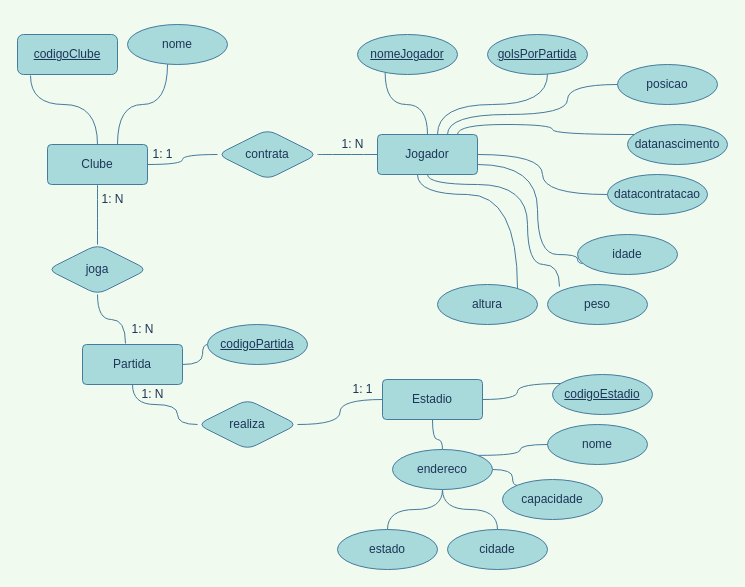
Above: page "modeloconceitualFutebol" (1 of 2) of diagramas/Diagrama sem nome.drawio in eiakriative/tBanco (draw.io), before the change. Source tidied: cells renumbered, new cells numbered last; positions are measured from the earlier drawing's top-left corner, leaving out a move shared by most shapes. Both pictures are drawn from the tidied source at 100%, with x=0, y=0 at pixel (17, 24).
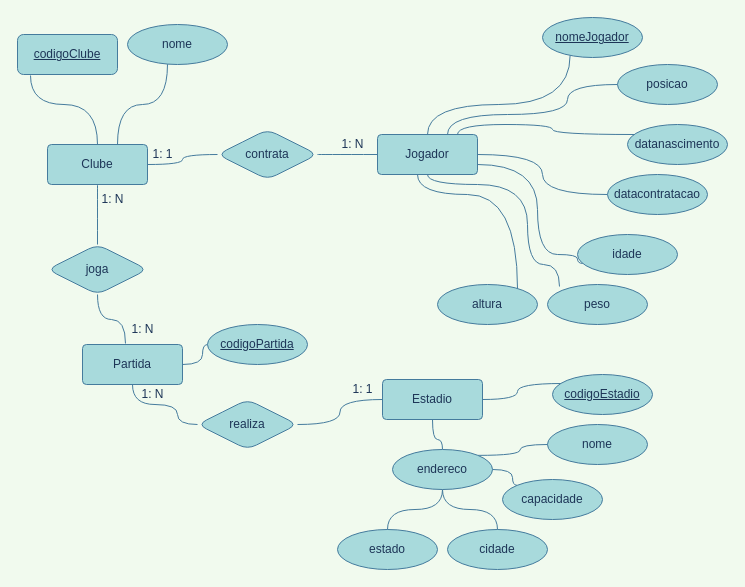
The same diagram, later.

The change refers to these unchanged cells:
```xml
<mxCell id="17" value="Jogador" style="rounded=1;arcSize=10;whiteSpace=wrap;html=1;align=center;fillColor=#A8DADC;strokeColor=#457B9D;fontColor=#1D3557;" parent="1" vertex="1">
  <mxGeometry x="360" y="110" width="100" height="40" as="geometry" />
</mxCell>
```

The edit, as a diff of the source:
```diff
@@
     <mxCell id="9" style="edgeStyle=orthogonalEdgeStyle;rounded=1;jettySize=auto;html=1;entryX=0.25;entryY=1;entryDx=0;entryDy=0;endArrow=none;endFill=0;labelBackgroundColor=#F1FAEE;strokeColor=#457B9D;fontColor=#1D3557;curved=1;" parent="1" edge="1" source="17" target="18">
-      <mxGeometry relative="1" as="geometry" />
+      <mxGeometry relative="1" as="geometry">
+        <Array as="points">
+          <mxPoint x="410" y="80" />
+          <mxPoint x="553" y="80" />
+        </Array>
+      </mxGeometry>
     </mxCell>
-    <mxCell id="10" style="edgeStyle=orthogonalEdgeStyle;rounded=1;jettySize=auto;html=1;endArrow=none;endFill=0;labelBackgroundColor=#F1FAEE;strokeColor=#457B9D;fontColor=#1D3557;curved=1;" parent="1" edge="1" source="17" target="19">
-      <mxGeometry relative="1" as="geometry">
-        <Array as="points">
-          <mxPoint x="420" y="80" />
-          <mxPoint x="530" y="80" />
-        </Array>
-      </mxGeometry>
-    </mxCell>
@@
     <mxCell id="18" value="&lt;u&gt;nomeJogador&lt;/u&gt;" style="ellipse;whiteSpace=wrap;html=1;align=center;rounded=1;glass=1;fillColor=#A8DADC;strokeColor=#457B9D;fontColor=#1D3557;" parent="1" vertex="1">
-      <mxGeometry x="340" y="10" width="100" height="40" as="geometry" />
+      <mxGeometry x="525" y="-7" width="100" height="40" as="geometry" />
     </mxCell>
-    <mxCell id="19" value="&lt;u&gt;golsPorPartida&lt;/u&gt;" style="ellipse;whiteSpace=wrap;html=1;align=center;rounded=1;glass=1;fillColor=#A8DADC;strokeColor=#457B9D;fontColor=#1D3557;" parent="1" vertex="1">
-      <mxGeometry x="470" y="10" width="100" height="40" as="geometry" />
-    </mxCell>
```
